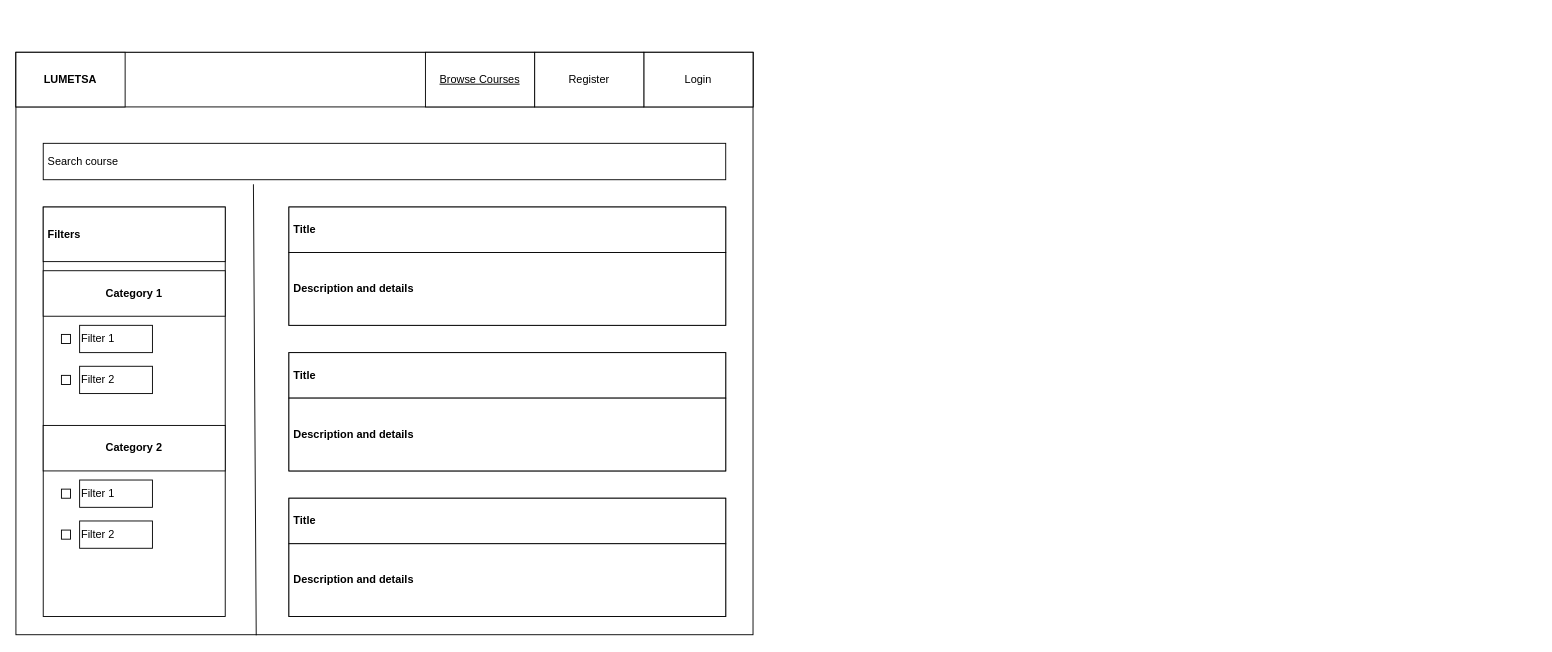
The draw.io diagram page "Home Page" (1 of 5) of Lumetsa.drawio in nawaazkortiwala/lumetsa, before the edit. Source tidied: cells renumbered, new cells numbered last; positions are measured from the earlier drawing's top-left corner, leaving out a move shared by most shapes. Both pictures are drawn from the tidied source at 91%, with x=0, y=0 at pixel (15, 52).
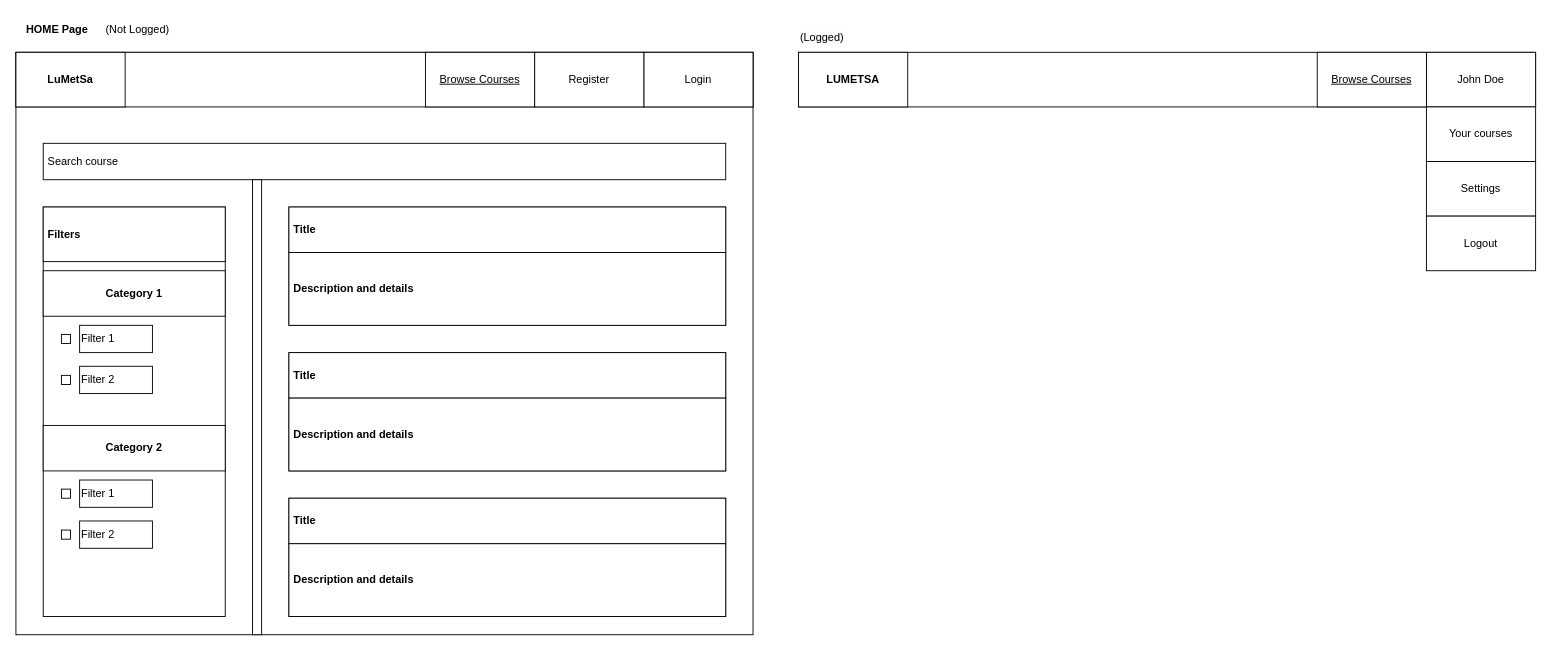
After the change.

The change refers to these unchanged cells:
```xml
<mxCell id="8" value="&amp;nbsp;Search course" style="rounded=0;whiteSpace=wrap;html=1;align=left;" parent="1" vertex="1">
  <mxGeometry x="30" y="100" width="750" height="40" as="geometry" />
</mxCell>
```

Diff of the diagram source:
```diff
@@
+    <mxCell id="38" style="group;" parent="1" vertex="1">
+      <mxGeometry y="-40" width="810" height="680" as="geometry" />
+    </mxCell>
-    <mxCell id="2" style="rounded=0;whiteSpace=wrap;html=1;" parent="1" vertex="1">
-      <mxGeometry width="810" height="640" as="geometry" />
+    <mxCell id="2" style="rounded=0;whiteSpace=wrap;html=1;" parent="38" vertex="1">
+      <mxGeometry y="40" width="810" height="640" as="geometry" />
     </mxCell>
+    <mxCell id="39" value="&lt;b&gt;HOME Page&lt;/b&gt;" style="text;html=1;align=center;verticalAlign=middle;strokeColor=none;fillColor=none;" parent="38" vertex="1">
+      <mxGeometry width="90" height="30" as="geometry" />
+    </mxCell>
+    <mxCell id="40" style="group;" parent="38" vertex="1">
+      <mxGeometry y="40" width="810" height="60" as="geometry" />
+    </mxCell>
-    <mxCell id="3" style="rounded=0;whiteSpace=wrap;html=1;" parent="1" vertex="1">
+    <mxCell id="3" style="rounded=0;whiteSpace=wrap;html=1;" parent="40" vertex="1">
       <mxGeometry width="810" height="60" as="geometry" />
     </mxCell>
-    <mxCell id="4" value="LUMETSA" style="whiteSpace=wrap;html=1;fontStyle=1;" parent="1" vertex="1">
+    <mxCell id="4" value="LuMetSa" style="whiteSpace=wrap;html=1;fontStyle=1;" parent="40" vertex="1">
       <mxGeometry width="120" height="60" as="geometry" />
     </mxCell>
-    <mxCell id="5" value="Login" style="whiteSpace=wrap;html=1;" parent="1" vertex="1">
+    <mxCell id="5" value="Login" style="whiteSpace=wrap;html=1;" parent="40" vertex="1">
       <mxGeometry x="690" width="120" height="60" as="geometry" />
     </mxCell>
-    <mxCell id="6" value="Register" style="whiteSpace=wrap;html=1;" parent="1" vertex="1">
+    <mxCell id="6" value="Register" style="whiteSpace=wrap;html=1;" parent="40" vertex="1">
       <mxGeometry x="570" width="120" height="60" as="geometry" />
     </mxCell>
-    <mxCell id="7" value="&lt;u&gt;Browse Courses&lt;/u&gt;" style="whiteSpace=wrap;html=1;" parent="1" vertex="1">
+    <mxCell id="7" value="&lt;u&gt;Browse Courses&lt;/u&gt;" style="whiteSpace=wrap;html=1;" parent="40" vertex="1">
       <mxGeometry x="450" width="120" height="60" as="geometry" />
     </mxCell>
+    <mxCell id="41" value="(Not Logged)&amp;nbsp;" style="text;html=1;align=center;verticalAlign=middle;strokeColor=none;fillColor=none;" parent="38" vertex="1">
+      <mxGeometry x="85" width="100" height="30" as="geometry" />
+    </mxCell>
@@
-    <mxCell id="37" style="endArrow=none;html=1;rounded=0;entryX=0.308;entryY=1.125;entryDx=0;entryDy=0;entryPerimeter=0;exitX=0.326;exitY=1.001;exitDx=0;exitDy=0;exitPerimeter=0;" parent="1" edge="1" source="2" target="8">
-      <mxGeometry relative="1" as="geometry" />
-    </mxCell>
+    <mxCell id="42" style="rounded=0;whiteSpace=wrap;html=1;" parent="1" vertex="1">
+      <mxGeometry x="260" y="140" width="10" height="500" as="geometry" />
+    </mxCell>
+    <mxCell id="43" style="rounded=0;whiteSpace=wrap;html=1;" parent="1" vertex="1">
+      <mxGeometry x="860" width="810" height="60" as="geometry" />
+    </mxCell>
+    <mxCell id="44" value="LUMETSA" style="whiteSpace=wrap;html=1;fontStyle=1;" parent="1" vertex="1">
+      <mxGeometry x="860" width="120" height="60" as="geometry" />
+    </mxCell>
+    <mxCell id="45" value="John Doe" style="whiteSpace=wrap;html=1;" parent="1" vertex="1">
+      <mxGeometry x="1550" width="120" height="60" as="geometry" />
+    </mxCell>
+    <mxCell id="46" value="&lt;u&gt;Browse Courses&lt;/u&gt;" style="whiteSpace=wrap;html=1;" parent="1" vertex="1">
+      <mxGeometry x="1430" width="120" height="60" as="geometry" />
+    </mxCell>
+    <mxCell id="47" value="&lt;span style=&quot;color: rgb(0, 0, 0); font-family: Helvetica; font-size: 12px; font-style: normal; font-variant-ligatures: normal; font-variant-caps: normal; font-weight: 400; letter-spacing: normal; orphans: 2; text-align: center; text-indent: 0px; text-transform: none; widows: 2; word-spacing: 0px; -webkit-text-stroke-width: 0px; background-color: rgb(251, 251, 251); text-decoration-thickness: initial; text-decoration-style: initial; text-decoration-color: initial; float: none; display: inline !important;&quot;&gt;(Logged)&amp;nbsp;&lt;/span&gt;" style="text;whiteSpace=wrap;html=1;" parent="1" vertex="1">
+      <mxGeometry x="860" y="-30" width="110" height="40" as="geometry" />
+    </mxCell>
+    <mxCell id="48" value="Your courses" style="whiteSpace=wrap;html=1;" parent="1" vertex="1">
+      <mxGeometry x="1550" y="60" width="120" height="60" as="geometry" />
+    </mxCell>
+    <mxCell id="49" value="Settings" style="whiteSpace=wrap;html=1;" parent="1" vertex="1">
+      <mxGeometry x="1550" y="120" width="120" height="60" as="geometry" />
+    </mxCell>
+    <mxCell id="50" value="Logout" style="whiteSpace=wrap;html=1;" parent="1" vertex="1">
+      <mxGeometry x="1550" y="180" width="120" height="60" as="geometry" />
+    </mxCell>
```
